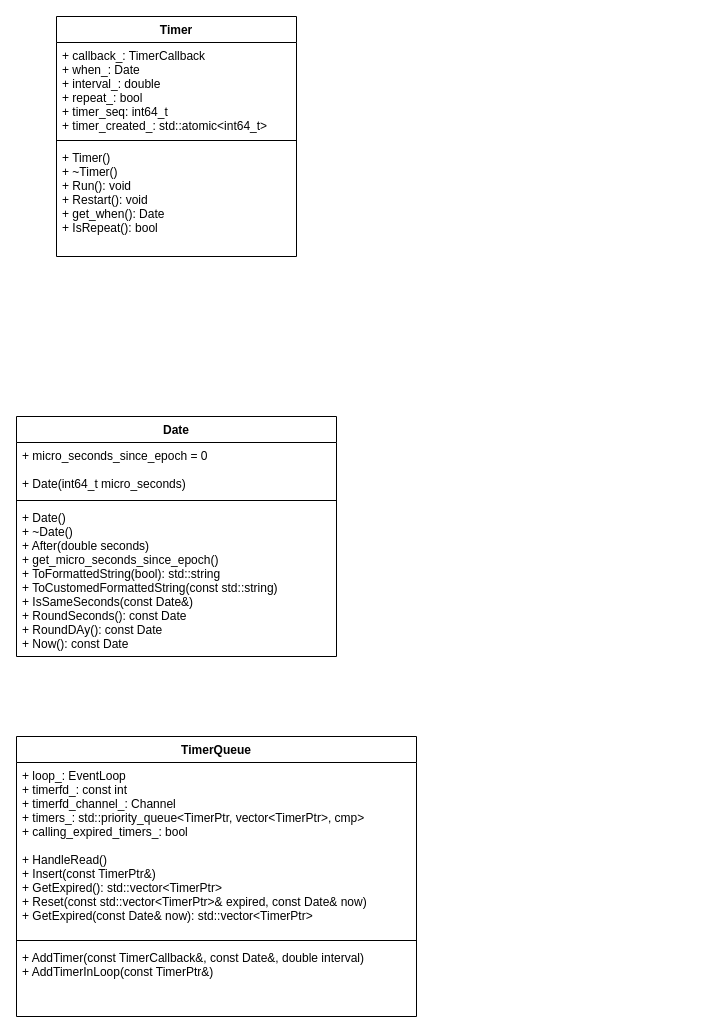
Earlier version of the draw.io diagram img/Untitled Diagram.drawio (zll600/water). Source tidied: cells renumbered, new cells numbered last; positions are measured from the earlier drawing's top-left corner, leaving out a move shared by most shapes. Both pictures are drawn from the tidied source at 100%, with x=0, y=0 at pixel (16, 16).
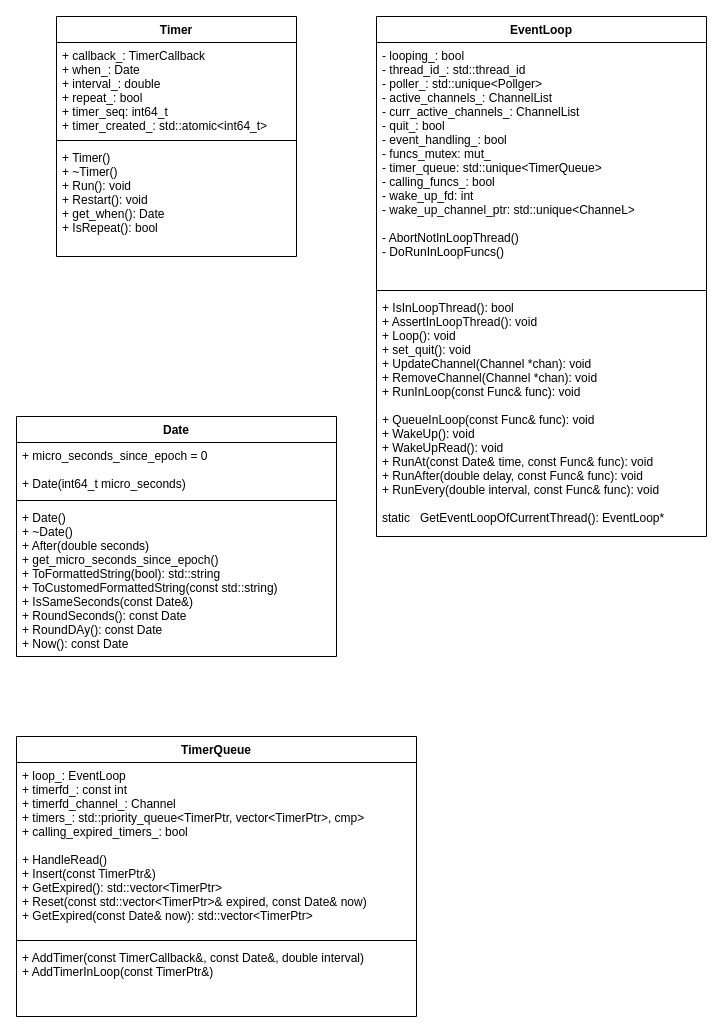
After the change.

What changed in the source:
```diff
@@
 <mxGraphModel>
   <root>
     <mxCell id="0" />
     <mxCell id="1" parent="0" />
     <mxCell id="2" value="Timer" style="swimlane;fontStyle=1;align=center;verticalAlign=top;horizontal=1;startSize=26;" parent="1" vertex="1">
       <mxGeometry x="40" width="240" height="240" as="geometry" />
     </mxCell>
     <mxCell id="3" value="+ callback_: TimerCallback&#10;+ when_: Date&#10;+ interval_: double&#10;+ repeat_: bool&#10;+ timer_seq: int64_t&#10;+ timer_created_: std::atomic&lt;int64_t&gt;&#10;&#10;" style="text;strokeColor=none;fillColor=none;align=left;verticalAlign=top;spacingLeft=4;spacingRight=4;overflow=hidden;" parent="2" vertex="1">
       <mxGeometry y="26" width="240" height="94" as="geometry" />
     </mxCell>
     <mxCell id="4" style="line;strokeWidth=1;fillColor=none;align=left;verticalAlign=middle;spacingTop=-1;spacingLeft=3;spacingRight=3;labelPosition=right;" parent="2" vertex="1">
       <mxGeometry y="120" width="240" height="8" as="geometry" />
     </mxCell>
     <mxCell id="5" value="+ Timer()&#10;+ ~Timer()&#10;+ Run(): void&#10;+ Restart(): void&#10;+ get_when(): Date&#10;+ IsRepeat(): bool&#10;" style="text;strokeColor=none;fillColor=none;align=left;verticalAlign=top;spacingLeft=4;spacingRight=4;overflow=hidden;" parent="2" vertex="1">
       <mxGeometry y="128" width="240" height="112" as="geometry" />
     </mxCell>
     <mxCell id="6" value="Date" style="swimlane;fontStyle=1;align=center;verticalAlign=top;horizontal=1;startSize=26;" parent="1" vertex="1">
       <mxGeometry y="400" width="320" height="240" as="geometry" />
     </mxCell>
     <mxCell id="7" value="+ micro_seconds_since_epoch = 0&#10;&#10;+ Date(int64_t micro_seconds)&#10;" style="text;strokeColor=none;fillColor=none;align=left;verticalAlign=top;spacingLeft=4;spacingRight=4;overflow=hidden;" parent="6" vertex="1">
       <mxGeometry y="26" width="320" height="54" as="geometry" />
     </mxCell>
     <mxCell id="8" style="line;strokeWidth=1;fillColor=none;align=left;verticalAlign=middle;spacingTop=-1;spacingLeft=3;spacingRight=3;labelPosition=right;" parent="6" vertex="1">
       <mxGeometry y="80" width="320" height="8" as="geometry" />
     </mxCell>
     <mxCell id="9" value="+ Date()&#10;+ ~Date()&#10;+ After(double seconds)&#10;+ get_micro_seconds_since_epoch()&#10;+ ToFormattedString(bool): std::string&#10;+ ToCustomedFormattedString(const std::string)&#10;+ IsSameSeconds(const Date&amp;)&#10;+ RoundSeconds(): const Date&#10;+ RoundDAy(): const Date&#10;+ Now(): const Date&#10;" style="text;strokeColor=none;fillColor=none;align=left;verticalAlign=top;spacingLeft=4;spacingRight=4;overflow=hidden;" parent="6" vertex="1">
       <mxGeometry y="88" width="320" height="152" as="geometry" />
     </mxCell>
     <mxCell id="10" value="TimerQueue" style="swimlane;fontStyle=1;align=center;verticalAlign=top;horizontal=1;startSize=26;" parent="1" vertex="1">
       <mxGeometry y="720" width="400" height="280" as="geometry" />
     </mxCell>
     <mxCell id="11" value="+ loop_: EventLoop&#10;+ timerfd_: const int&#10;+ timerfd_channel_: Channel&#10;+ timers_: std::priority_queue&lt;TimerPtr, vector&lt;TimerPtr&gt;, cmp&gt;&#10;+ calling_expired_timers_: bool&#10;&#10;+ HandleRead()&#10;+ Insert(const TimerPtr&amp;)&#10;+ GetExpired(): std::vector&lt;TimerPtr&gt;&#10;+ Reset(const std::vector&lt;TimerPtr&gt;&amp; expired, const Date&amp; now)&#10;+ GetExpired(const Date&amp; now): std::vector&lt;TimerPtr&gt;&#10;" style="text;strokeColor=none;fillColor=none;align=left;verticalAlign=top;spacingLeft=4;spacingRight=4;overflow=hidden;" parent="10" vertex="1">
       <mxGeometry y="26" width="400" height="174" as="geometry" />
     </mxCell>
     <mxCell id="12" style="line;strokeWidth=1;fillColor=none;align=left;verticalAlign=middle;spacingTop=-1;spacingLeft=3;spacingRight=3;labelPosition=right;" parent="10" vertex="1">
       <mxGeometry y="200" width="400" height="8" as="geometry" />
     </mxCell>
     <mxCell id="13" value="+ AddTimer(const TimerCallback&amp;, const Date&amp;, double interval)&#10;+ AddTimerInLoop(const TimerPtr&amp;)&#10;" style="text;strokeColor=none;fillColor=none;align=left;verticalAlign=top;spacingLeft=4;spacingRight=4;overflow=hidden;" parent="10" vertex="1">
       <mxGeometry y="208" width="400" height="72" as="geometry" />
     </mxCell>
+    <mxCell id="14" value="EventLoop" style="swimlane;fontStyle=1;align=center;verticalAlign=top;horizontal=1;startSize=26;" parent="1" vertex="1">
+      <mxGeometry x="360" width="330" height="520" as="geometry" />
+    </mxCell>
+    <mxCell id="15" value="- looping_: bool&#10;- thread_id_: std::thread_id&#10;- poller_: std::unique&lt;Pollger&gt;&#10;- active_channels_: ChannelList&#10;- curr_active_channels_: ChannelList&#10;- quit_: bool&#10;- event_handling_: bool&#10;- funcs_mutex: mut_&#10;- timer_queue: std::unique&lt;TimerQueue&gt;&#10;- calling_funcs_: bool&#10;- wake_up_fd: int&#10;- wake_up_channel_ptr: std::unique&lt;ChanneL&gt;&#10;&#10;- AbortNotInLoopThread()&#10;- DoRunInLoopFuncs()&#10;" style="text;strokeColor=none;fillColor=none;align=left;verticalAlign=top;spacingLeft=4;spacingRight=4;overflow=hidden;" parent="14" vertex="1">
+      <mxGeometry y="26" width="330" height="244" as="geometry" />
+    </mxCell>
+    <mxCell id="16" style="line;strokeWidth=1;fillColor=none;align=left;verticalAlign=middle;spacingTop=-1;spacingLeft=3;spacingRight=3;labelPosition=right;" parent="14" vertex="1">
+      <mxGeometry y="270" width="330" height="8" as="geometry" />
+    </mxCell>
+    <mxCell id="17" value="+ IsInLoopThread(): bool&#10;+ AssertInLoopThread(): void&#10;+ Loop(): void&#10;+ set_quit(): void&#10;+ UpdateChannel(Channel *chan): void&#10;+ RemoveChannel(Channel *chan): void&#10;+ RunInLoop(const Func&amp; func): void&#10;&#10;+ QueueInLoop(const Func&amp; func): void&#10;+ WakeUp(): void&#10;+ WakeUpRead(): void&#10;+ RunAt(const Date&amp; time, const Func&amp; func): void&#10;+ RunAfter(double delay, const Func&amp; func): void&#10;+ RunEvery(double interval, const Func&amp; func): void&#10;&#10;static   GetEventLoopOfCurrentThread(): EventLoop*&#10;" style="text;strokeColor=none;fillColor=none;align=left;verticalAlign=top;spacingLeft=4;spacingRight=4;overflow=hidden;" parent="14" vertex="1">
+      <mxGeometry y="278" width="330" height="242" as="geometry" />
+    </mxCell>
   </root>
 </mxGraphModel>
```
